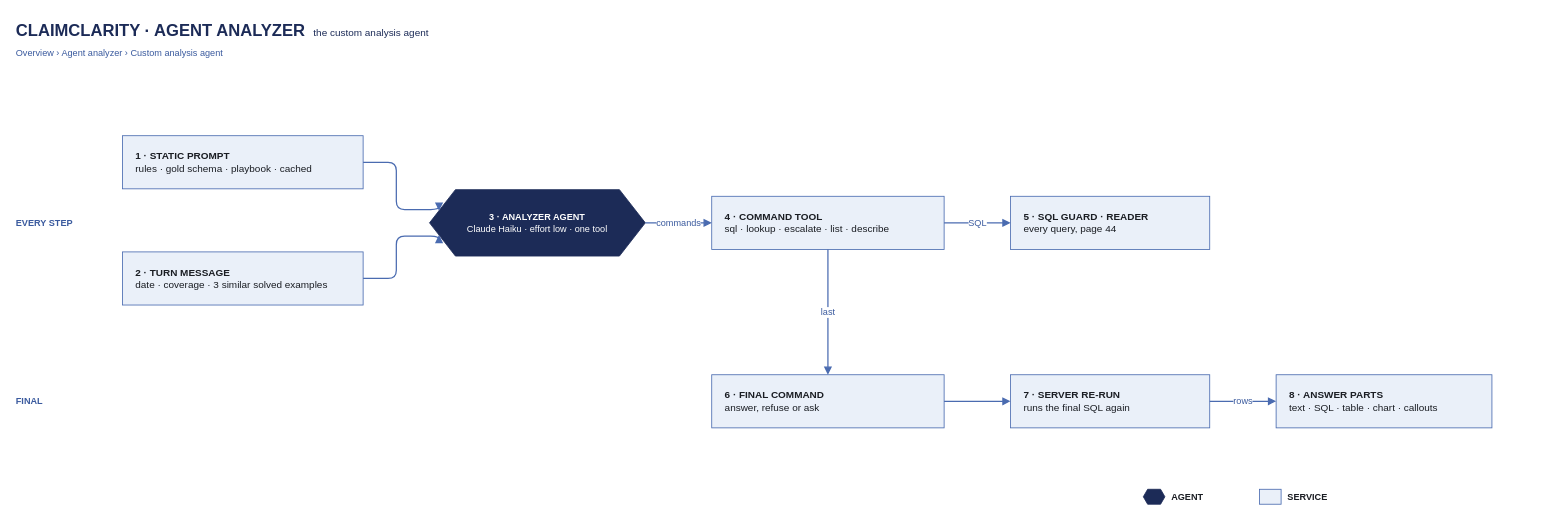
Above: docs/architecture/src/43-custom-analysis-agent.drawio in Peter-Shamoun/cc (draw.io), before the change. Source tidied: cells renumbered, new cells numbered last; positions are measured from the earlier drawing's top-left corner, leaving out a move shared by most shapes. Both pictures are drawn from the tidied source at 83%, with x=0, y=0 at pixel (14, 14).
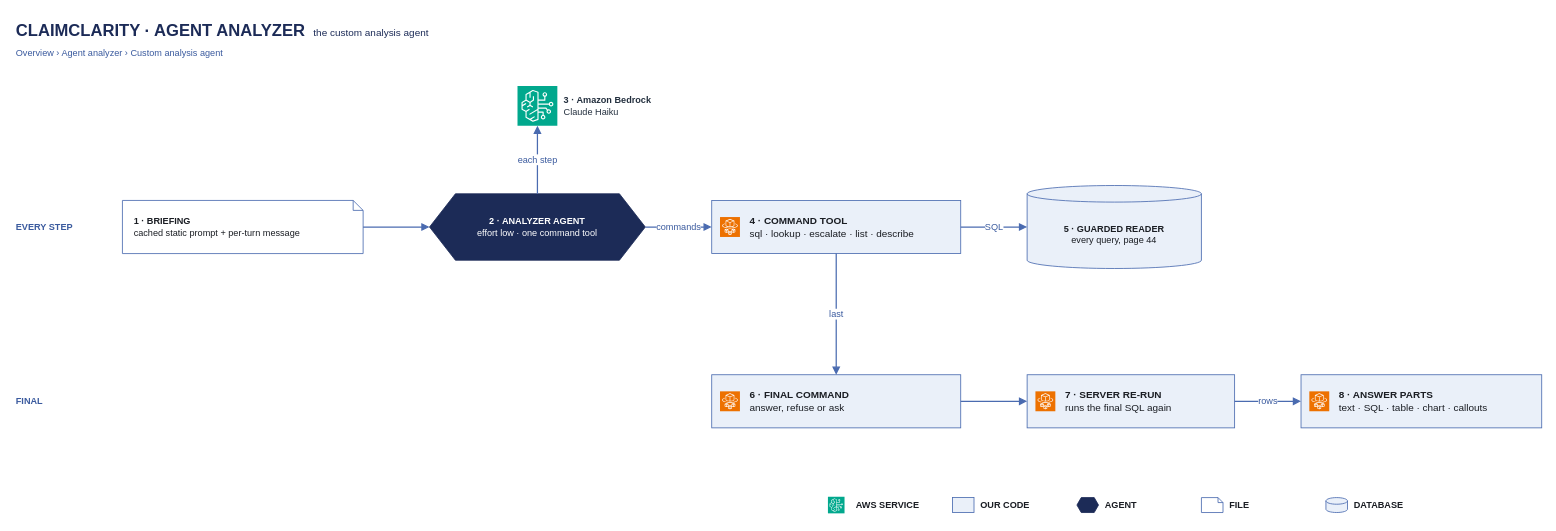
The same diagram, later.

What changed in the source:
```diff
@@
     <mxCell id="2" value="&lt;b style='font-size:20px'&gt;CLAIMCLARITY · AGENT ANALYZER&lt;/b&gt;&amp;nbsp;&amp;nbsp;&amp;nbsp;the custom analysis agent" style="text;html=1;align=left;verticalAlign=middle;fontSize=12;fontColor=#1C2B57;fontFamily=Helvetica;" parent="1" vertex="1">
-      <mxGeometry width="1200" height="36" as="geometry" />
+      <mxGeometry width="1300" height="36" as="geometry" />
     </mxCell>
@@
     <mxCell id="4" value="EVERY STEP" style="text;html=1;align=left;verticalAlign=middle;fontSize=11;fontColor=#3A5A9E;fontStyle=1;fontFamily=Helvetica;" parent="1" vertex="1">
-      <mxGeometry y="231" width="110" height="40" as="geometry" />
+      <mxGeometry y="236" width="110" height="40" as="geometry" />
     </mxCell>
@@
-    <mxCell id="6" value="&lt;b&gt;1 · STATIC PROMPT&lt;/b&gt;&lt;br&gt;rules · gold schema · playbook · cached" style="rounded=0;whiteSpace=wrap;html=1;fillColor=#EAF0F9;strokeColor=#4A6BB0;fontColor=#1A1D23;align=left;spacingLeft=14;spacingRight=10;verticalAlign=middle;fontSize=12;fontFamily=Helvetica;" parent="1" vertex="1">
-      <mxGeometry x="130" y="146" width="290" height="64" as="geometry" />
-    </mxCell>
-    <mxCell id="7" value="&lt;b&gt;2 · TURN MESSAGE&lt;/b&gt;&lt;br&gt;date · coverage · 3 similar solved examples" style="rounded=0;whiteSpace=wrap;html=1;fillColor=#EAF0F9;strokeColor=#4A6BB0;fontColor=#1A1D23;align=left;spacingLeft=14;spacingRight=10;verticalAlign=middle;fontSize=12;fontFamily=Helvetica;" parent="1" vertex="1">
-      <mxGeometry x="130" y="286" width="290" height="64" as="geometry" />
-    </mxCell>
+    <mxCell id="26" value="&lt;b&gt;1 · BRIEFING&lt;/b&gt;&lt;br&gt;cached static prompt + per-turn message" style="shape=note;size=12;whiteSpace=wrap;html=1;fillColor=#FFFFFF;strokeColor=#4A6BB0;fontSize=11;fontFamily=Helvetica;fontColor=#1A1D23;align=left;spacingLeft=12;spacingRight=14;" parent="1" vertex="1">
+      <mxGeometry x="130" y="224" width="290" height="64" as="geometry" />
+    </mxCell>
-    <mxCell id="8" value="&lt;b&gt;3 · ANALYZER AGENT&lt;/b&gt;&lt;br&gt;Claude Haiku · effort low · one tool" style="shape=hexagon;perimeter=hexagonPerimeter2;size=0.12;whiteSpace=wrap;html=1;fillColor=#1C2B57;strokeColor=#1C2B57;fontColor=#FFFFFF;fontFamily=Helvetica;fontSize=11;" parent="1" vertex="1">
-      <mxGeometry x="500" y="211" width="260" height="80" as="geometry" />
+    <mxCell id="8" value="&lt;b&gt;2 · ANALYZER AGENT&lt;/b&gt;&lt;br&gt;effort low · one command tool" style="shape=hexagon;perimeter=hexagonPerimeter2;size=0.12;whiteSpace=wrap;html=1;fillColor=#1C2B57;strokeColor=#1C2B57;fontColor=#FFFFFF;fontFamily=Helvetica;fontSize=11;" parent="1" vertex="1">
+      <mxGeometry x="500" y="216" width="260" height="80" as="geometry" />
     </mxCell>
+    <mxCell id="27" value="&lt;b&gt;3 · Amazon Bedrock&lt;/b&gt;&lt;br&gt;Claude Haiku" style="sketch=0;outlineConnect=0;fontColor=#232F3E;fillColor=#01A88D;strokeColor=#ffffff;dashed=0;labelPosition=right;verticalLabelPosition=middle;verticalAlign=middle;align=left;spacingLeft=6;html=1;fontSize=11;fontFamily=Helvetica;shape=mxgraph.aws4.resourceIcon;resIcon=mxgraph.aws4.bedrock;" parent="1" vertex="1">
+      <mxGeometry x="606" y="86" width="48" height="48" as="geometry" />
+    </mxCell>
-    <mxCell id="9" value="&lt;b&gt;4 · COMMAND TOOL&lt;/b&gt;&lt;br&gt;sql · lookup · escalate · list · describe" style="rounded=0;whiteSpace=wrap;html=1;fillColor=#EAF0F9;strokeColor=#4A6BB0;fontColor=#1A1D23;align=left;spacingLeft=14;spacingRight=10;verticalAlign=middle;fontSize=12;fontFamily=Helvetica;" parent="1" vertex="1">
-      <mxGeometry x="840" y="219" width="280" height="64" as="geometry" />
+    <mxCell id="9" value="&lt;b&gt;4 · COMMAND TOOL&lt;/b&gt;&lt;br&gt;sql · lookup · escalate · list · describe" style="rounded=0;whiteSpace=wrap;html=1;fillColor=#EAF0F9;strokeColor=#4A6BB0;fontColor=#1A1D23;align=left;spacingLeft=44;spacingRight=10;verticalAlign=middle;fontSize=12;fontFamily=Helvetica;" parent="1" vertex="1">
+      <mxGeometry x="840" y="224" width="300" height="64" as="geometry" />
     </mxCell>
-    <mxCell id="10" value="&lt;b&gt;5 · SQL GUARD · READER&lt;/b&gt;&lt;br&gt;every query, page 44" style="rounded=0;whiteSpace=wrap;html=1;fillColor=#EAF0F9;strokeColor=#4A6BB0;fontColor=#1A1D23;align=left;spacingLeft=14;spacingRight=10;verticalAlign=middle;fontSize=12;fontFamily=Helvetica;" parent="1" vertex="1">
-      <mxGeometry x="1200" y="219" width="240" height="64" as="geometry" />
-    </mxCell>
+    <mxCell id="28" style="sketch=0;fontColor=#232F3E;fillColor=#ED7100;strokeColor=#ffffff;dashed=0;verticalLabelPosition=bottom;verticalAlign=top;align=center;html=1;fontSize=11;fontFamily=Helvetica;shape=mxgraph.aws4.resourceIcon;resIcon=mxgraph.aws4.fargate;" parent="9" vertex="1">
+      <mxGeometry x="10" y="20" width="24" height="24" as="geometry" />
+    </mxCell>
+    <mxCell id="29" value="&lt;b&gt;5 · GUARDED READER&lt;/b&gt;&lt;br&gt;every query, page 44" style="shape=cylinder3;whiteSpace=wrap;html=1;boundedLbl=1;backgroundOutline=1;size=10;fillColor=#EAF0F9;strokeColor=#4A6BB0;fontSize=11;fontFamily=Helvetica;fontColor=#1A1D23;" parent="1" vertex="1">
+      <mxGeometry x="1220" y="206" width="210" height="100" as="geometry" />
+    </mxCell>
-    <mxCell id="11" value="&lt;b&gt;6 · FINAL COMMAND&lt;/b&gt;&lt;br&gt;answer, refuse or ask" style="rounded=0;whiteSpace=wrap;html=1;fillColor=#EAF0F9;strokeColor=#4A6BB0;fontColor=#1A1D23;align=left;spacingLeft=14;spacingRight=10;verticalAlign=middle;fontSize=12;fontFamily=Helvetica;" parent="1" vertex="1">
-      <mxGeometry x="840" y="434" width="280" height="64" as="geometry" />
+    <mxCell id="11" value="&lt;b&gt;6 · FINAL COMMAND&lt;/b&gt;&lt;br&gt;answer, refuse or ask" style="rounded=0;whiteSpace=wrap;html=1;fillColor=#EAF0F9;strokeColor=#4A6BB0;fontColor=#1A1D23;align=left;spacingLeft=44;spacingRight=10;verticalAlign=middle;fontSize=12;fontFamily=Helvetica;" parent="1" vertex="1">
+      <mxGeometry x="840" y="434" width="300" height="64" as="geometry" />
     </mxCell>
+    <mxCell id="30" style="sketch=0;fontColor=#232F3E;fillColor=#ED7100;strokeColor=#ffffff;dashed=0;verticalLabelPosition=bottom;verticalAlign=top;align=center;html=1;fontSize=11;fontFamily=Helvetica;shape=mxgraph.aws4.resourceIcon;resIcon=mxgraph.aws4.fargate;" parent="11" vertex="1">
+      <mxGeometry x="10" y="20" width="24" height="24" as="geometry" />
+    </mxCell>
-    <mxCell id="12" value="&lt;b&gt;7 · SERVER RE-RUN&lt;/b&gt;&lt;br&gt;runs the final SQL again" style="rounded=0;whiteSpace=wrap;html=1;fillColor=#EAF0F9;strokeColor=#4A6BB0;fontColor=#1A1D23;align=left;spacingLeft=14;spacingRight=10;verticalAlign=middle;fontSize=12;fontFamily=Helvetica;" parent="1" vertex="1">
-      <mxGeometry x="1200" y="434" width="240" height="64" as="geometry" />
+    <mxCell id="12" value="&lt;b&gt;7 · SERVER RE-RUN&lt;/b&gt;&lt;br&gt;runs the final SQL again" style="rounded=0;whiteSpace=wrap;html=1;fillColor=#EAF0F9;strokeColor=#4A6BB0;fontColor=#1A1D23;align=left;spacingLeft=44;spacingRight=10;verticalAlign=middle;fontSize=12;fontFamily=Helvetica;" parent="1" vertex="1">
+      <mxGeometry x="1220" y="434" width="250" height="64" as="geometry" />
     </mxCell>
+    <mxCell id="31" style="sketch=0;fontColor=#232F3E;fillColor=#ED7100;strokeColor=#ffffff;dashed=0;verticalLabelPosition=bottom;verticalAlign=top;align=center;html=1;fontSize=11;fontFamily=Helvetica;shape=mxgraph.aws4.resourceIcon;resIcon=mxgraph.aws4.fargate;" parent="12" vertex="1">
+      <mxGeometry x="10" y="20" width="24" height="24" as="geometry" />
+    </mxCell>
-    <mxCell id="13" value="&lt;b&gt;8 · ANSWER PARTS&lt;/b&gt;&lt;br&gt;text · SQL · table · chart · callouts" style="rounded=0;whiteSpace=wrap;html=1;fillColor=#EAF0F9;strokeColor=#4A6BB0;fontColor=#1A1D23;align=left;spacingLeft=14;spacingRight=10;verticalAlign=middle;fontSize=12;fontFamily=Helvetica;" parent="1" vertex="1">
-      <mxGeometry x="1520" y="434" width="260" height="64" as="geometry" />
+    <mxCell id="13" value="&lt;b&gt;8 · ANSWER PARTS&lt;/b&gt;&lt;br&gt;text · SQL · table · chart · callouts" style="rounded=0;whiteSpace=wrap;html=1;fillColor=#EAF0F9;strokeColor=#4A6BB0;fontColor=#1A1D23;align=left;spacingLeft=44;spacingRight=10;verticalAlign=middle;fontSize=12;fontFamily=Helvetica;" parent="1" vertex="1">
+      <mxGeometry x="1550" y="434" width="290" height="64" as="geometry" />
     </mxCell>
-    <mxCell id="14" style="edgeStyle=orthogonalEdgeStyle;rounded=1;jettySize=auto;html=1;strokeColor=#4A6BB0;strokeWidth=1.5;endArrow=block;endFill=1;endSize=6;fontSize=11;fontColor=#3A5A9E;labelBackgroundColor=#FFFFFF;fontFamily=Helvetica;exitX=1;exitY=0.5;exitDx=0;exitDy=0;entryX=0;entryY=0.3;entryDx=0;entryDy=0;" parent="1" edge="1" source="6" target="8">
-      <mxGeometry relative="1" as="geometry">
-        <Array as="points">
-          <mxPoint x="460" y="178" />
-          <mxPoint x="460" y="235" />
-        </Array>
-      </mxGeometry>
-    </mxCell>
-    <mxCell id="15" style="edgeStyle=orthogonalEdgeStyle;rounded=1;jettySize=auto;html=1;strokeColor=#4A6BB0;strokeWidth=1.5;endArrow=block;endFill=1;endSize=6;fontSize=11;fontColor=#3A5A9E;labelBackgroundColor=#FFFFFF;fontFamily=Helvetica;exitX=1;exitY=0.5;exitDx=0;exitDy=0;entryX=0;entryY=0.7;entryDx=0;entryDy=0;" parent="1" edge="1" source="7" target="8">
-      <mxGeometry relative="1" as="geometry">
-        <Array as="points">
-          <mxPoint x="460" y="318" />
-          <mxPoint x="460" y="267" />
-        </Array>
-      </mxGeometry>
-    </mxCell>
+    <mxCell id="32" style="sketch=0;fontColor=#232F3E;fillColor=#ED7100;strokeColor=#ffffff;dashed=0;verticalLabelPosition=bottom;verticalAlign=top;align=center;html=1;fontSize=11;fontFamily=Helvetica;shape=mxgraph.aws4.resourceIcon;resIcon=mxgraph.aws4.fargate;" parent="13" vertex="1">
+      <mxGeometry x="10" y="20" width="24" height="24" as="geometry" />
+    </mxCell>
+    <mxCell id="33" style="edgeStyle=orthogonalEdgeStyle;rounded=1;jettySize=auto;html=1;strokeColor=#4A6BB0;strokeWidth=1.5;endArrow=block;endFill=1;endSize=6;fontSize=11;fontColor=#3A5A9E;labelBackgroundColor=#FFFFFF;fontFamily=Helvetica;exitX=1;exitY=0.5;exitDx=0;exitDy=0;entryX=0;entryY=0.5;entryDx=0;entryDy=0;" parent="1" edge="1" source="26" target="8">
+      <mxGeometry relative="1" as="geometry" />
+    </mxCell>
+    <mxCell id="34" value="each step" style="edgeStyle=orthogonalEdgeStyle;rounded=1;jettySize=auto;html=1;strokeColor=#4A6BB0;strokeWidth=1.5;endArrow=block;endFill=1;endSize=6;fontSize=11;fontColor=#3A5A9E;labelBackgroundColor=#FFFFFF;fontFamily=Helvetica;exitX=0.5;exitY=0;exitDx=0;exitDy=0;entryX=0.5;entryY=1;entryDx=0;entryDy=0;" parent="1" edge="1" source="8" target="27">
+      <mxGeometry relative="1" as="geometry" />
+    </mxCell>
@@
-    <mxCell id="17" value="SQL" style="edgeStyle=orthogonalEdgeStyle;rounded=1;jettySize=auto;html=1;strokeColor=#4A6BB0;strokeWidth=1.5;endArrow=block;endFill=1;endSize=6;fontSize=11;fontColor=#3A5A9E;labelBackgroundColor=#FFFFFF;fontFamily=Helvetica;exitX=1;exitY=0.5;exitDx=0;exitDy=0;entryX=0;entryY=0.5;entryDx=0;entryDy=0;" parent="1" edge="1" source="9" target="10">
+    <mxCell id="17" value="SQL" style="edgeStyle=orthogonalEdgeStyle;rounded=1;jettySize=auto;html=1;strokeColor=#4A6BB0;strokeWidth=1.5;endArrow=block;endFill=1;endSize=6;fontSize=11;fontColor=#3A5A9E;labelBackgroundColor=#FFFFFF;fontFamily=Helvetica;exitX=1;exitY=0.5;exitDx=0;exitDy=0;entryX=0;entryY=0.5;entryDx=0;entryDy=0;" parent="1" edge="1" source="9" target="29">
       <mxGeometry relative="1" as="geometry" />
     </mxCell>
@@
     <mxCell id="21" style="rounded=0;html=1;fillColor=none;strokeColor=none;" parent="1" vertex="1">
-      <mxGeometry x="1360" y="566" width="280" height="30" as="geometry" />
+      <mxGeometry x="980" y="576" width="750" height="30" as="geometry" />
     </mxCell>
-    <mxCell id="22" style="shape=hexagon;perimeter=hexagonPerimeter2;size=0.2;fillColor=#1C2B57;strokeColor=#1C2B57;html=1;" parent="21" vertex="1">
-      <mxGeometry y="6" width="26" height="18" as="geometry" />
+    <mxCell id="22" style="sketch=0;fontColor=#232F3E;fillColor=#01A88D;strokeColor=#ffffff;dashed=0;verticalLabelPosition=bottom;verticalAlign=top;align=center;html=1;fontSize=11;fontFamily=Helvetica;shape=mxgraph.aws4.resourceIcon;resIcon=mxgraph.aws4.bedrock;" parent="21" vertex="1">
+      <mxGeometry y="5" width="20" height="20" as="geometry" />
     </mxCell>
-    <mxCell id="23" value="AGENT" style="text;html=1;align=left;verticalAlign=middle;fontSize=11;fontColor=#1A1D23;fontStyle=1;fontFamily=Helvetica;" parent="21" vertex="1">
-      <mxGeometry x="32" y="4" width="105" height="22" as="geometry" />
+    <mxCell id="23" value="AWS SERVICE" style="text;html=1;align=left;verticalAlign=middle;fontSize=11;fontColor=#1A1D23;fontStyle=1;fontFamily=Helvetica;" parent="21" vertex="1">
+      <mxGeometry x="32" y="4" width="115" height="22" as="geometry" />
     </mxCell>
     <mxCell id="24" style="fillColor=#EAF0F9;strokeColor=#4A6BB0;html=1;" parent="21" vertex="1">
-      <mxGeometry x="140" y="6" width="26" height="18" as="geometry" />
+      <mxGeometry x="150" y="6" width="26" height="18" as="geometry" />
     </mxCell>
-    <mxCell id="25" value="SERVICE" style="text;html=1;align=left;verticalAlign=middle;fontSize=11;fontColor=#1A1D23;fontStyle=1;fontFamily=Helvetica;" parent="21" vertex="1">
-      <mxGeometry x="172" y="4" width="105" height="22" as="geometry" />
+    <mxCell id="25" value="OUR CODE" style="text;html=1;align=left;verticalAlign=middle;fontSize=11;fontColor=#1A1D23;fontStyle=1;fontFamily=Helvetica;" parent="21" vertex="1">
+      <mxGeometry x="182" y="4" width="115" height="22" as="geometry" />
     </mxCell>
+    <mxCell id="35" style="shape=hexagon;perimeter=hexagonPerimeter2;size=0.2;fillColor=#1C2B57;strokeColor=#1C2B57;html=1;" parent="21" vertex="1">
+      <mxGeometry x="300" y="6" width="26" height="18" as="geometry" />
+    </mxCell>
+    <mxCell id="36" value="AGENT" style="text;html=1;align=left;verticalAlign=middle;fontSize=11;fontColor=#1A1D23;fontStyle=1;fontFamily=Helvetica;" parent="21" vertex="1">
+      <mxGeometry x="332" y="4" width="115" height="22" as="geometry" />
+    </mxCell>
+    <mxCell id="37" style="shape=note;size=6;html=1;fillColor=#FFFFFF;strokeColor=#4A6BB0;" parent="21" vertex="1">
+      <mxGeometry x="450" y="6" width="26" height="18" as="geometry" />
+    </mxCell>
+    <mxCell id="38" value="FILE" style="text;html=1;align=left;verticalAlign=middle;fontSize=11;fontColor=#1A1D23;fontStyle=1;fontFamily=Helvetica;" parent="21" vertex="1">
+      <mxGeometry x="482" y="4" width="115" height="22" as="geometry" />
+    </mxCell>
+    <mxCell id="39" style="shape=cylinder3;html=1;boundedLbl=1;backgroundOutline=1;size=4;fillColor=#EAF0F9;strokeColor=#4A6BB0;" parent="21" vertex="1">
+      <mxGeometry x="600" y="6" width="26" height="18" as="geometry" />
+    </mxCell>
+    <mxCell id="40" value="DATABASE" style="text;html=1;align=left;verticalAlign=middle;fontSize=11;fontColor=#1A1D23;fontStyle=1;fontFamily=Helvetica;" parent="21" vertex="1">
+      <mxGeometry x="632" y="4" width="115" height="22" as="geometry" />
+    </mxCell>
```
